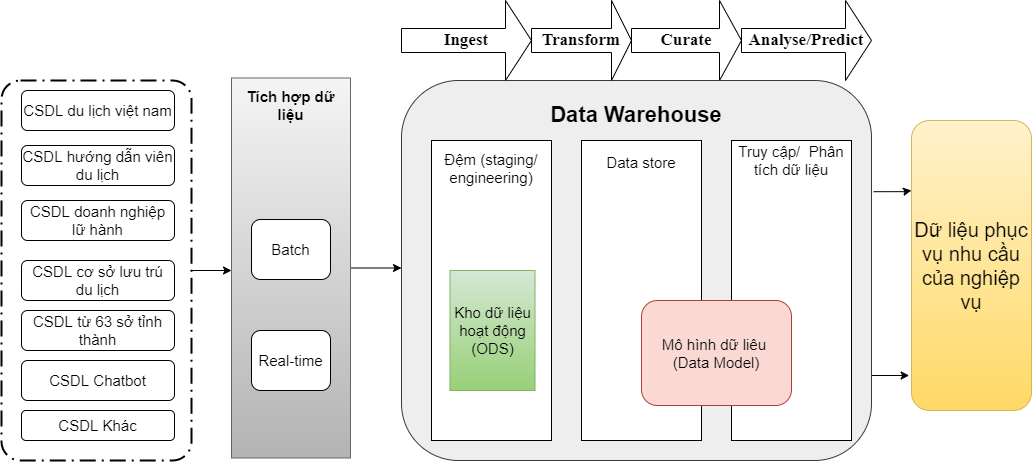
Above: tcdl-Page-3.drawio.png in letheanh12345/Draw-io (draw.io), before the change. Source tidied: cells renumbered, new cells last; positions are measured from the earlier drawing's top-left corner, leaving out a move shared by most shapes.
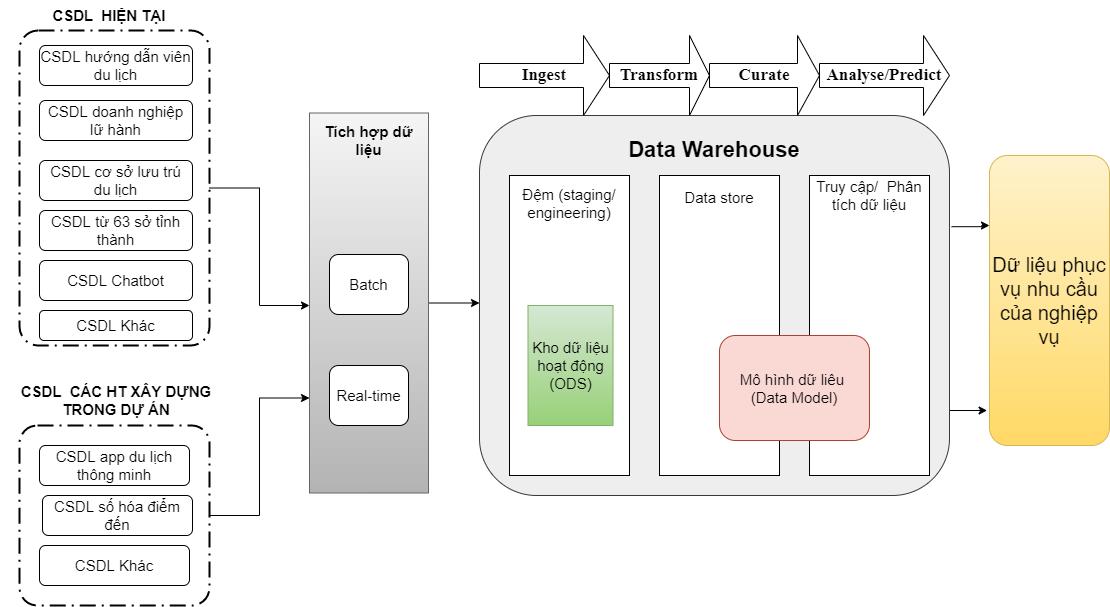
The same diagram one commit later.

What changed in the source:
```diff
@@ -8,7 +8,7 @@
       </mxGeometry>
     </mxCell>
     <mxCell id="3" style="points=[[0.25,0,0],[0.5,0,0],[0.75,0,0],[1,0.25,0],[1,0.5,0],[1,0.75,0],[0.75,1,0],[0.5,1,0],[0.25,1,0],[0,0.75,0],[0,0.5,0],[0,0.25,0]];rounded=1;arcSize=10;dashed=1;strokeColor=#000000;fillColor=none;gradientColor=none;dashPattern=8 3 1 3;strokeWidth=2;fontStyle=1;fontSize=20;" parent="1" vertex="1">
-      <mxGeometry y="80" width="190" height="380" as="geometry" />
+      <mxGeometry x="-60" y="-5" width="190" height="315" as="geometry" />
     </mxCell>
     <mxCell id="4" style="edgeStyle=orthogonalEdgeStyle;rounded=0;orthogonalLoop=1;jettySize=auto;html=1;exitX=1;exitY=0.75;exitDx=0;exitDy=0;entryX=-0.027;entryY=0.672;entryDx=0;entryDy=0;entryPerimeter=0;fontSize=15;" parent="1" edge="1">
       <mxGeometry relative="1" as="geometry">
@@ -85,29 +85,47 @@
     <mxCell id="24" value="Mô hình dữ liêu&amp;nbsp; (Data Model)" style="rounded=1;whiteSpace=wrap;html=1;fontSize=15;fillColor=#fad9d5;strokeColor=#ae4132;" parent="1" vertex="1">
       <mxGeometry x="640" y="300" width="150" height="105" as="geometry" />
     </mxCell>
-    <mxCell id="25" value="&lt;font style=&quot;font-size: 15px;&quot;&gt;CSDL du lịch việt nam&lt;/font&gt;" style="rounded=1;whiteSpace=wrap;html=1;" parent="1" vertex="1">
-      <mxGeometry x="20" y="90" width="153" height="40" as="geometry" />
-    </mxCell>
     <mxCell id="26" value="&lt;font style=&quot;font-size: 15px;&quot;&gt;CSDL hướng dẫn viên du lịch&lt;/font&gt;" style="rounded=1;whiteSpace=wrap;html=1;" parent="1" vertex="1">
-      <mxGeometry x="20" y="145" width="153" height="40" as="geometry" />
+      <mxGeometry x="-40" y="10" width="153" height="40" as="geometry" />
     </mxCell>
     <mxCell id="27" value="&lt;font style=&quot;font-size: 15px;&quot;&gt;CSDL doanh nghiệp lữ hành&lt;/font&gt;" style="rounded=1;whiteSpace=wrap;html=1;" parent="1" vertex="1">
-      <mxGeometry x="20" y="200" width="153" height="40" as="geometry" />
+      <mxGeometry x="-40" y="65" width="153" height="40" as="geometry" />
     </mxCell>
     <mxCell id="28" value="&lt;font style=&quot;font-size: 15px;&quot;&gt;CSDL Khác&lt;/font&gt;" style="rounded=1;whiteSpace=wrap;html=1;" parent="1" vertex="1">
-      <mxGeometry x="20" y="410" width="153" height="30" as="geometry" />
+      <mxGeometry x="-40" y="275" width="153" height="30" as="geometry" />
     </mxCell>
     <mxCell id="29" value="&lt;font style=&quot;font-size: 15px;&quot;&gt;CSDL cơ sở lưu trú du lịch&lt;/font&gt;" style="rounded=1;whiteSpace=wrap;html=1;" parent="1" vertex="1">
-      <mxGeometry x="20" y="260" width="153" height="40" as="geometry" />
+      <mxGeometry x="-40" y="125" width="153" height="40" as="geometry" />
     </mxCell>
     <mxCell id="30" value="&lt;font style=&quot;font-size: 15px;&quot;&gt;CSDL Chatbot&lt;/font&gt;" style="rounded=1;whiteSpace=wrap;html=1;" parent="1" vertex="1">
-      <mxGeometry x="20" y="360" width="153" height="40" as="geometry" />
+      <mxGeometry x="-40" y="225" width="153" height="40" as="geometry" />
     </mxCell>
     <mxCell id="31" value="&lt;font style=&quot;font-size: 15px;&quot;&gt;CSDL từ 63 sở tỉnh thành&lt;/font&gt;" style="rounded=1;whiteSpace=wrap;html=1;" parent="1" vertex="1">
-      <mxGeometry x="20" y="310" width="153" height="40" as="geometry" />
+      <mxGeometry x="-40" y="175" width="153" height="40" as="geometry" />
     </mxCell>
     <mxCell id="32" value="&lt;font style=&quot;font-size: 20px;&quot;&gt;Dữ liệu phục vụ nhu cầu của nghiệp vụ&lt;/font&gt;" style="rounded=1;whiteSpace=wrap;html=1;fillColor=#fff2cc;strokeColor=#d6b656;gradientColor=#ffd966;" parent="1" vertex="1">
       <mxGeometry x="910" y="120" width="120" height="290" as="geometry" />
     </mxCell>
+    <mxCell id="33" style="edgeStyle=orthogonalEdgeStyle;rounded=0;jettySize=auto;html=1;entryX=0;entryY=0.75;entryDx=0;entryDy=0;fontSize=15;" parent="1" edge="1" source="34" target="13">
+      <mxGeometry relative="1" as="geometry" />
+    </mxCell>
+    <mxCell id="34" style="points=[[0.25,0,0],[0.5,0,0],[0.75,0,0],[1,0.25,0],[1,0.5,0],[1,0.75,0],[0.75,1,0],[0.5,1,0],[0.25,1,0],[0,0.75,0],[0,0.5,0],[0,0.25,0]];rounded=1;arcSize=10;dashed=1;strokeColor=#000000;fillColor=none;gradientColor=none;dashPattern=8 3 1 3;strokeWidth=2;fontStyle=1;fontSize=20;" parent="1" vertex="1">
+      <mxGeometry x="-60" y="390" width="190" height="180" as="geometry" />
+    </mxCell>
+    <mxCell id="35" value="&lt;b&gt;&lt;font style=&quot;font-size: 15px;&quot;&gt;CSDL&amp;nbsp; HIỆN TẠI&lt;/font&gt;&lt;/b&gt;" style="text;html=1;strokeColor=none;fillColor=none;align=center;verticalAlign=middle;whiteSpace=wrap;rounded=0;" parent="1" vertex="1">
+      <mxGeometry x="-30" y="-35" width="120" height="30" as="geometry" />
+    </mxCell>
+    <mxCell id="36" value="&lt;b&gt;&lt;font style=&quot;font-size: 15px;&quot;&gt;CSDL&amp;nbsp; CÁC HT XÂY DỰNG TRONG DỰ ÁN&lt;/font&gt;&lt;/b&gt;" style="text;html=1;strokeColor=none;fillColor=none;align=center;verticalAlign=middle;whiteSpace=wrap;rounded=0;" parent="1" vertex="1">
+      <mxGeometry x="-78.5" y="350" width="230" height="30" as="geometry" />
+    </mxCell>
+    <mxCell id="37" value="CSDL app du lịch thông minh" style="rounded=1;whiteSpace=wrap;html=1;fontSize=15;" parent="1" vertex="1">
+      <mxGeometry x="-40" y="410" width="150" height="40" as="geometry" />
+    </mxCell>
+    <mxCell id="38" value="CSDL số hóa điểm đến" style="rounded=1;whiteSpace=wrap;html=1;fontSize=15;" parent="1" vertex="1">
+      <mxGeometry x="-37" y="460" width="150" height="40" as="geometry" />
+    </mxCell>
+    <mxCell id="39" value="CSDL Khác" style="rounded=1;whiteSpace=wrap;html=1;fontSize=15;" parent="1" vertex="1">
+      <mxGeometry x="-40" y="510" width="150" height="40" as="geometry" />
+    </mxCell>
   </root>
 </mxGraphModel>
```
